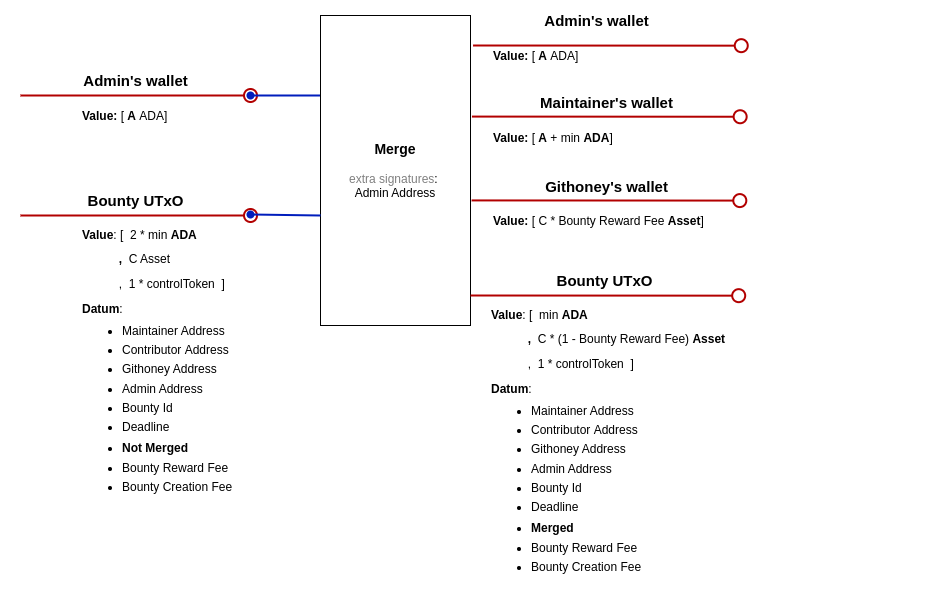
Before: docs/img/merge.png, a diagram exported from draw.io (githoney-io/githoney-smart-contract). Source tidied: cells renumbered, new cells last; positions are measured from the earlier drawing's top-left corner, leaving out a move shared by most shapes.
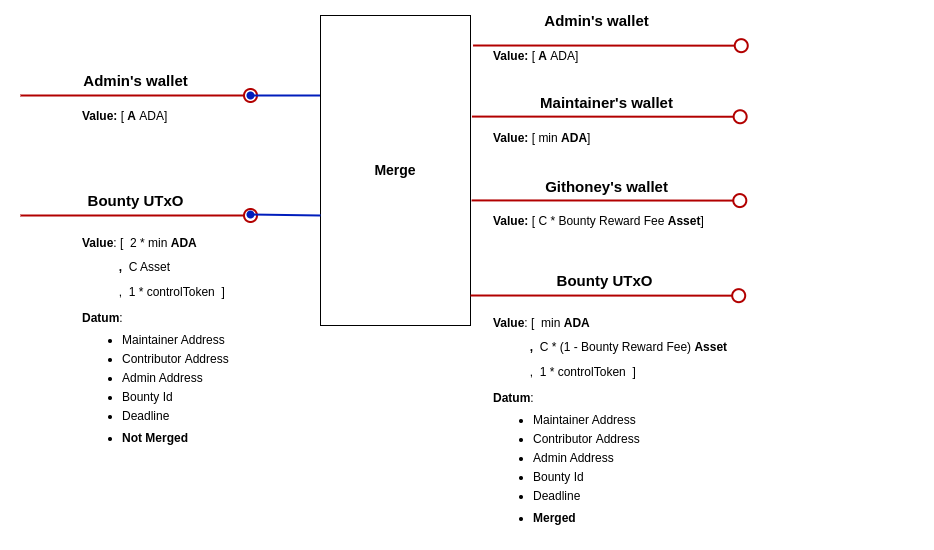
The same diagram one commit later.

The edit, as a diff of the source:
```diff
@@ -23,7 +23,7 @@
         <mxPoint x="719.7" y="111.2" as="targetPoint" />
       </mxGeometry>
     </mxCell>
-    <mxCell id="6" value="&lt;font style=&quot;&quot;&gt;&lt;span style=&quot;font-weight: bold; font-size: 14px;&quot;&gt;Merge&lt;/span&gt;&lt;/font&gt;&lt;b&gt;&lt;br&gt;&lt;/b&gt;&lt;br&gt;&lt;font style=&quot;&quot;&gt;&lt;font color=&quot;#808080&quot;&gt;extra signatures&lt;/font&gt;:&amp;nbsp;&lt;br&gt;Admin Address&lt;/font&gt;" style="rounded=0;whiteSpace=wrap;html=1;" parent="1" vertex="1">
+    <mxCell id="6" value="&lt;font style=&quot;&quot;&gt;&lt;span style=&quot;font-weight: bold; font-size: 14px;&quot;&gt;Merge&lt;/span&gt;&lt;/font&gt;" style="rounded=0;whiteSpace=wrap;html=1;" parent="1" vertex="1">
       <mxGeometry x="300" y="10" width="150" height="310" as="geometry" />
     </mxCell>
     <mxCell id="7" value="&lt;font style=&quot;font-size: 15px;&quot;&gt;&lt;b style=&quot;font-size: 12px;&quot;&gt;&lt;font style=&quot;font-size: 15px;&quot;&gt;Admin's wallet&lt;/font&gt;&lt;/b&gt;&lt;b&gt;&lt;br&gt;&lt;/b&gt;&lt;/font&gt;" style="text;html=1;align=center;verticalAlign=middle;strokeColor=none;fillColor=none;" parent="1" vertex="1">
@@ -47,13 +47,13 @@
     <mxCell id="11" value="&lt;font style=&quot;font-size: 15px;&quot;&gt;&lt;b&gt;Bounty UTxO&lt;/b&gt;&lt;/font&gt;" style="text;html=1;align=center;verticalAlign=middle;strokeColor=none;fillColor=none;" parent="1" vertex="1">
       <mxGeometry x="55" y="180" width="120" height="30" as="geometry" />
     </mxCell>
-    <mxCell id="12" value="&lt;p style=&quot;line-height: 100%;&quot;&gt;&lt;b&gt;Value&lt;/b&gt;: [&amp;nbsp; 2 * min&lt;b&gt;&amp;nbsp;ADA&lt;/b&gt;&lt;/p&gt;&lt;p style=&quot;line-height: 100%;&quot;&gt;&lt;b&gt;&lt;span style=&quot;white-space: pre;&quot;&gt;&#9;&lt;/span&gt;&amp;nbsp; &amp;nbsp;,&amp;nbsp; &lt;/b&gt;C Asset&lt;br&gt;&lt;/p&gt;&lt;span style=&quot;background-color: initial;&quot;&gt;&amp;nbsp; &amp;nbsp; &amp;nbsp; &amp;nbsp; &amp;nbsp; &amp;nbsp;,&amp;nbsp; 1 * controlToken&lt;/span&gt;&lt;b style=&quot;background-color: initial;&quot;&gt;&amp;nbsp;&amp;nbsp;&lt;/b&gt;&lt;span style=&quot;background-color: initial;&quot;&gt;]&amp;nbsp;&lt;/span&gt;&lt;div&gt;&lt;div&gt;&lt;p style=&quot;line-height: 100%;&quot;&gt;&lt;b&gt;Datum&lt;/b&gt;:&lt;/p&gt;&lt;ul style=&quot;line-height: 80%;&quot;&gt;&lt;li&gt;Maintainer Address&lt;br&gt;&lt;br&gt;&lt;/li&gt;&lt;li&gt;Contributor&amp;nbsp;Address&lt;br&gt;&lt;br&gt;&lt;/li&gt;&lt;li&gt;Githoney Address&lt;br&gt;&lt;br&gt;&lt;/li&gt;&lt;li&gt;Admin Address&amp;nbsp; &amp;nbsp; &amp;nbsp; &amp;nbsp; &amp;nbsp; &amp;nbsp;&lt;br&gt;&amp;nbsp; &amp;nbsp; &amp;nbsp;&lt;/li&gt;&lt;li&gt;Bounty Id&lt;br&gt;&lt;br&gt;&lt;/li&gt;&lt;li&gt;Deadline&lt;/li&gt;&lt;/ul&gt;&lt;ul style=&quot;line-height: 80%;&quot;&gt;&lt;li&gt;&lt;b&gt;Not Merged&lt;br&gt;&lt;/b&gt;&lt;br&gt;&lt;/li&gt;&lt;li&gt;Bounty Reward Fee&lt;br&gt;&lt;br&gt;&lt;/li&gt;&lt;li&gt;Bounty Creation Fee&lt;/li&gt;&lt;/ul&gt;&lt;p&gt;&lt;/p&gt;&lt;/div&gt;&lt;/div&gt;" style="text;html=1;strokeColor=none;fillColor=none;align=left;verticalAlign=middle;whiteSpace=wrap;rounded=0;" parent="1" vertex="1">
-      <mxGeometry x="60" y="230" width="437.4" height="250" as="geometry" />
+    <mxCell id="12" value="&lt;p style=&quot;line-height: 100%;&quot;&gt;&lt;b&gt;Value&lt;/b&gt;: [&amp;nbsp; 2 * min&lt;b&gt;&amp;nbsp;ADA&lt;/b&gt;&lt;/p&gt;&lt;p style=&quot;line-height: 100%;&quot;&gt;&lt;b&gt;&lt;span style=&quot;white-space: pre;&quot;&gt;&#9;&lt;/span&gt;&amp;nbsp; &amp;nbsp;,&amp;nbsp; &lt;/b&gt;C Asset&lt;br&gt;&lt;/p&gt;&lt;span style=&quot;background-color: initial;&quot;&gt;&amp;nbsp; &amp;nbsp; &amp;nbsp; &amp;nbsp; &amp;nbsp; &amp;nbsp;,&amp;nbsp; 1 * controlToken&lt;/span&gt;&lt;b style=&quot;background-color: initial;&quot;&gt;&amp;nbsp;&amp;nbsp;&lt;/b&gt;&lt;span style=&quot;background-color: initial;&quot;&gt;]&amp;nbsp;&lt;/span&gt;&lt;div&gt;&lt;p style=&quot;line-height: 100%;&quot;&gt;&lt;b&gt;Datum&lt;/b&gt;:&lt;/p&gt;&lt;ul style=&quot;line-height: 80%;&quot;&gt;&lt;li&gt;Maintainer Address&lt;br&gt;&lt;br&gt;&lt;/li&gt;&lt;li&gt;Contributor&amp;nbsp;Address&lt;br&gt;&lt;br&gt;&lt;/li&gt;&lt;li&gt;Admin Address&amp;nbsp; &amp;nbsp; &amp;nbsp; &amp;nbsp; &amp;nbsp; &amp;nbsp;&lt;br&gt;&amp;nbsp; &amp;nbsp; &amp;nbsp;&lt;/li&gt;&lt;li&gt;Bounty Id&lt;br&gt;&lt;br&gt;&lt;/li&gt;&lt;li&gt;Deadline&lt;/li&gt;&lt;/ul&gt;&lt;ul style=&quot;line-height: 80%;&quot;&gt;&lt;li&gt;&lt;b&gt;Not Merged&lt;br&gt;&lt;/b&gt;&lt;/li&gt;&lt;/ul&gt;&lt;p&gt;&lt;/p&gt;&lt;/div&gt;" style="text;html=1;strokeColor=none;fillColor=none;align=left;verticalAlign=middle;whiteSpace=wrap;rounded=0;" parent="1" vertex="1">
+      <mxGeometry x="60" y="210" width="437.4" height="250" as="geometry" />
     </mxCell>
-    <mxCell id="13" value="&lt;p style=&quot;line-height: 100%;&quot;&gt;&lt;b&gt;Value&lt;/b&gt;: [&amp;nbsp; min&lt;b&gt;&amp;nbsp;ADA&lt;/b&gt;&lt;/p&gt;&lt;p style=&quot;line-height: 100%;&quot;&gt;&lt;b&gt;&lt;span style=&quot;white-space: pre;&quot;&gt;&#9;&lt;/span&gt;&amp;nbsp; &amp;nbsp;,&amp;nbsp;&amp;nbsp;&lt;/b&gt;&lt;span style=&quot;background-color: initial;&quot;&gt;C * (1 - Bounty Reward Fee)&lt;/span&gt;&lt;span style=&quot;background-color: initial;&quot;&gt;&amp;nbsp;&lt;/span&gt;&lt;b style=&quot;background-color: initial;&quot;&gt;Asset&lt;/b&gt;&lt;br&gt;&lt;/p&gt;&lt;span style=&quot;background-color: initial;&quot;&gt;&amp;nbsp; &amp;nbsp; &amp;nbsp; &amp;nbsp; &amp;nbsp; &amp;nbsp;,&amp;nbsp; 1 * controlToken&lt;/span&gt;&lt;b style=&quot;background-color: initial;&quot;&gt;&amp;nbsp;&amp;nbsp;&lt;/b&gt;&lt;span style=&quot;background-color: initial;&quot;&gt;]&amp;nbsp;&lt;/span&gt;&lt;div&gt;&lt;div&gt;&lt;p style=&quot;line-height: 100%;&quot;&gt;&lt;b&gt;Datum&lt;/b&gt;:&lt;/p&gt;&lt;ul style=&quot;line-height: 80%;&quot;&gt;&lt;li&gt;Maintainer Address&lt;br&gt;&lt;b&gt;&lt;br&gt;&lt;/b&gt;&lt;/li&gt;&lt;li&gt;Contributor&amp;nbsp;Address&lt;br&gt;&lt;br&gt;&lt;/li&gt;&lt;li&gt;Githoney Address&lt;br&gt;&lt;/li&gt;&lt;br&gt;&lt;li&gt;Admin Address&amp;nbsp; &amp;nbsp; &amp;nbsp; &amp;nbsp; &amp;nbsp; &amp;nbsp;&lt;br&gt;&amp;nbsp; &amp;nbsp; &amp;nbsp;&lt;/li&gt;&lt;li&gt;Bounty Id&lt;br&gt;&lt;br&gt;&lt;/li&gt;&lt;li&gt;Deadline&lt;/li&gt;&lt;/ul&gt;&lt;ul style=&quot;line-height: 80%;&quot;&gt;&lt;li&gt;&lt;b&gt;Merged&lt;br&gt;&lt;/b&gt;&lt;br&gt;&lt;/li&gt;&lt;li&gt;Bounty Reward Fee&lt;br&gt;&lt;br&gt;&lt;/li&gt;&lt;li&gt;Bounty Creation Fee&lt;/li&gt;&lt;/ul&gt;&lt;p&gt;&lt;/p&gt;&lt;/div&gt;&lt;/div&gt;" style="text;html=1;strokeColor=none;fillColor=none;align=left;verticalAlign=middle;whiteSpace=wrap;rounded=0;" parent="1" vertex="1">
-      <mxGeometry x="468.9" y="310" width="437.4" height="250" as="geometry" />
+    <mxCell id="13" value="&lt;p style=&quot;line-height: 100%;&quot;&gt;&lt;b&gt;Value&lt;/b&gt;: [&amp;nbsp; min&lt;b&gt;&amp;nbsp;ADA&lt;/b&gt;&lt;/p&gt;&lt;p style=&quot;line-height: 100%;&quot;&gt;&lt;b&gt;&lt;span style=&quot;white-space: pre;&quot;&gt;&#9;&lt;/span&gt;&amp;nbsp; &amp;nbsp;,&amp;nbsp;&amp;nbsp;&lt;/b&gt;&lt;span style=&quot;background-color: initial;&quot;&gt;C * (1 - Bounty Reward Fee)&lt;/span&gt;&lt;span style=&quot;background-color: initial;&quot;&gt;&amp;nbsp;&lt;/span&gt;&lt;b style=&quot;background-color: initial;&quot;&gt;Asset&lt;/b&gt;&lt;br&gt;&lt;/p&gt;&lt;span style=&quot;background-color: initial;&quot;&gt;&amp;nbsp; &amp;nbsp; &amp;nbsp; &amp;nbsp; &amp;nbsp; &amp;nbsp;,&amp;nbsp; 1 * controlToken&lt;/span&gt;&lt;b style=&quot;background-color: initial;&quot;&gt;&amp;nbsp;&amp;nbsp;&lt;/b&gt;&lt;span style=&quot;background-color: initial;&quot;&gt;]&amp;nbsp;&lt;/span&gt;&lt;div&gt;&lt;p style=&quot;line-height: 100%;&quot;&gt;&lt;b&gt;Datum&lt;/b&gt;:&lt;/p&gt;&lt;ul style=&quot;line-height: 80%;&quot;&gt;&lt;li&gt;Maintainer Address&lt;br&gt;&lt;b&gt;&lt;br&gt;&lt;/b&gt;&lt;/li&gt;&lt;li&gt;Contributor&amp;nbsp;Address&lt;br&gt;&lt;/li&gt;&lt;br&gt;&lt;li&gt;Admin Address&amp;nbsp; &amp;nbsp; &amp;nbsp; &amp;nbsp; &amp;nbsp; &amp;nbsp;&lt;br&gt;&amp;nbsp; &amp;nbsp; &amp;nbsp;&lt;/li&gt;&lt;li&gt;Bounty Id&lt;br&gt;&lt;br&gt;&lt;/li&gt;&lt;li&gt;Deadline&lt;/li&gt;&lt;/ul&gt;&lt;ul style=&quot;line-height: 80%;&quot;&gt;&lt;li&gt;&lt;b&gt;Merged&lt;br&gt;&lt;/b&gt;&lt;/li&gt;&lt;/ul&gt;&lt;p&gt;&lt;/p&gt;&lt;/div&gt;" style="text;html=1;strokeColor=none;fillColor=none;align=left;verticalAlign=middle;whiteSpace=wrap;rounded=0;" parent="1" vertex="1">
+      <mxGeometry x="471.1" y="290" width="437.4" height="250" as="geometry" />
     </mxCell>
-    <mxCell id="14" value="&lt;b&gt;Value: &lt;/b&gt;[&lt;b&gt;&amp;nbsp;A&lt;/b&gt;&amp;nbsp;+ min &lt;b&gt;ADA&lt;/b&gt;]" style="text;html=1;strokeColor=none;fillColor=none;align=left;verticalAlign=middle;whiteSpace=wrap;rounded=0;" parent="1" vertex="1">
+    <mxCell id="14" value="&lt;b&gt;Value: &lt;/b&gt;[&lt;b&gt;&amp;nbsp;&lt;/b&gt;min &lt;b&gt;ADA&lt;/b&gt;]" style="text;html=1;strokeColor=none;fillColor=none;align=left;verticalAlign=middle;whiteSpace=wrap;rounded=0;" parent="1" vertex="1">
       <mxGeometry x="471.5" y="112.1" width="174" height="41" as="geometry" />
     </mxCell>
     <mxCell id="15" style="endArrow=oval;html=1;rounded=0;strokeWidth=2;fillColor=#e51400;strokeColor=#B20000;startArrow=none;startFill=0;endFill=0;endSize=13;exitX=1.015;exitY=0.384;exitDx=0;exitDy=0;exitPerimeter=0;" parent="1" edge="1">
```
